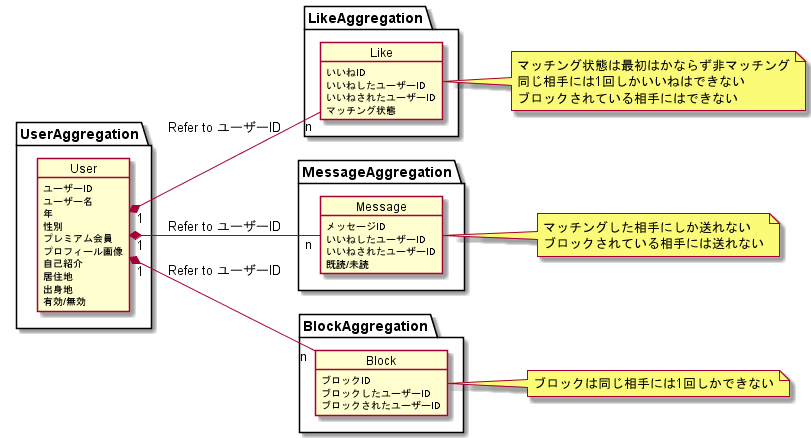
Earlier version of the PlantUML export out/documents/aggregation/aggregation.png (pistachio1000g/DDDWithTypeScript).
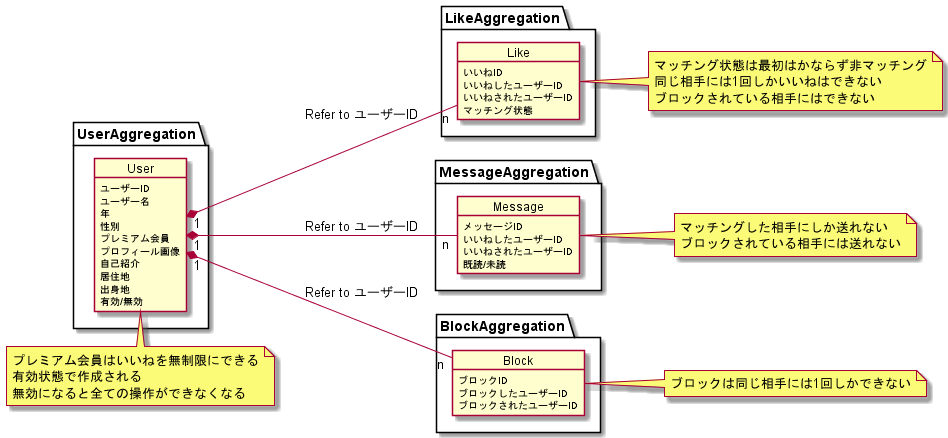
The same file after the commit.

What changed in the source:
```diff
@@ -45,6 +45,12 @@
 User "1" *-- "n" Message:Refer to ユーザーID
 User "1" *-- "n" Block:Refer to ユーザーID
 
+note top of User
+プレミアム会員はいいねを無制限にできる
+有効状態で作成される
+無効になると全ての操作ができなくなる
+end note
+
 note right of Like
 マッチング状態は最初はかならず非マッチング
 同じ相手には1回しかいいねはできない
```
